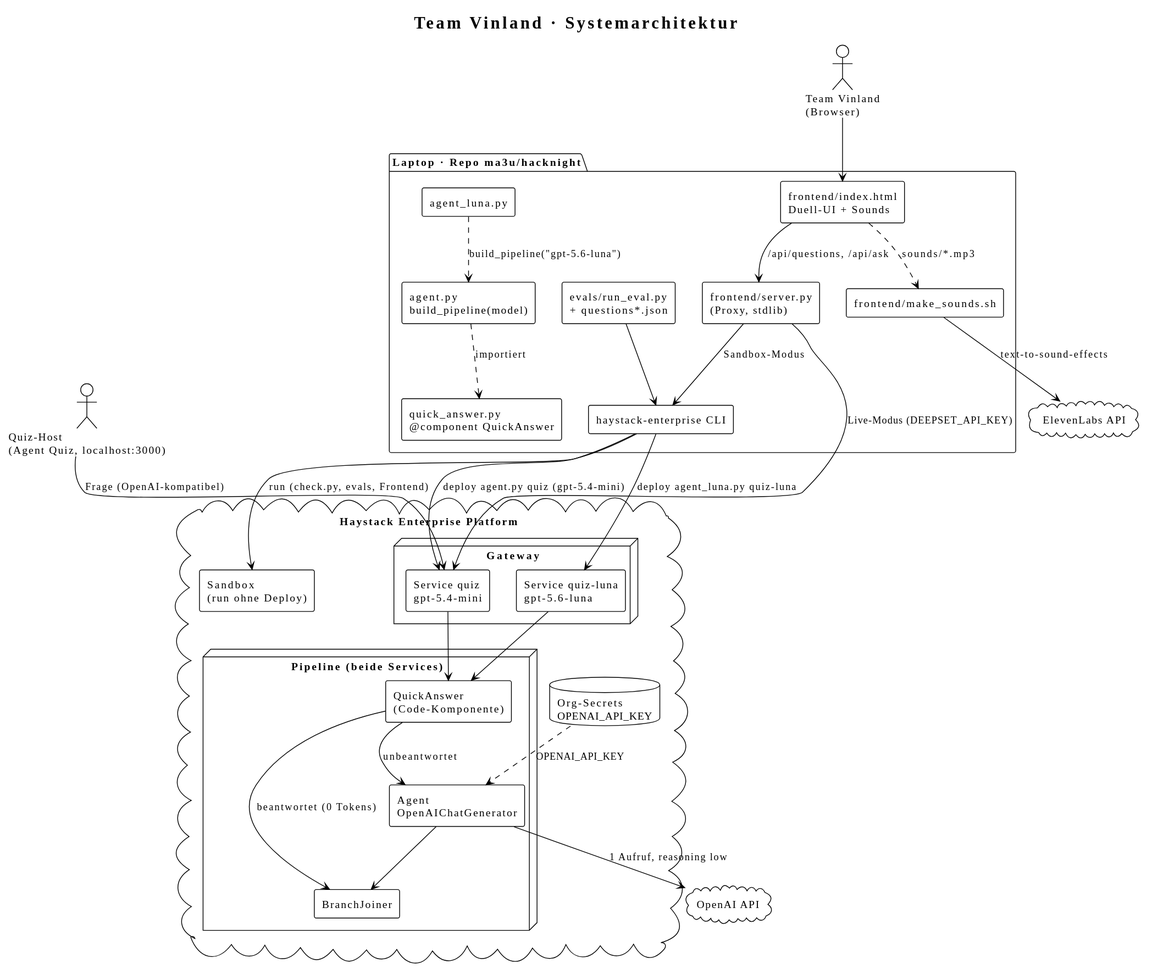
Above: docs/diagrams/architecture.svg in ma3u/hacknight (PlantUML), before the change.
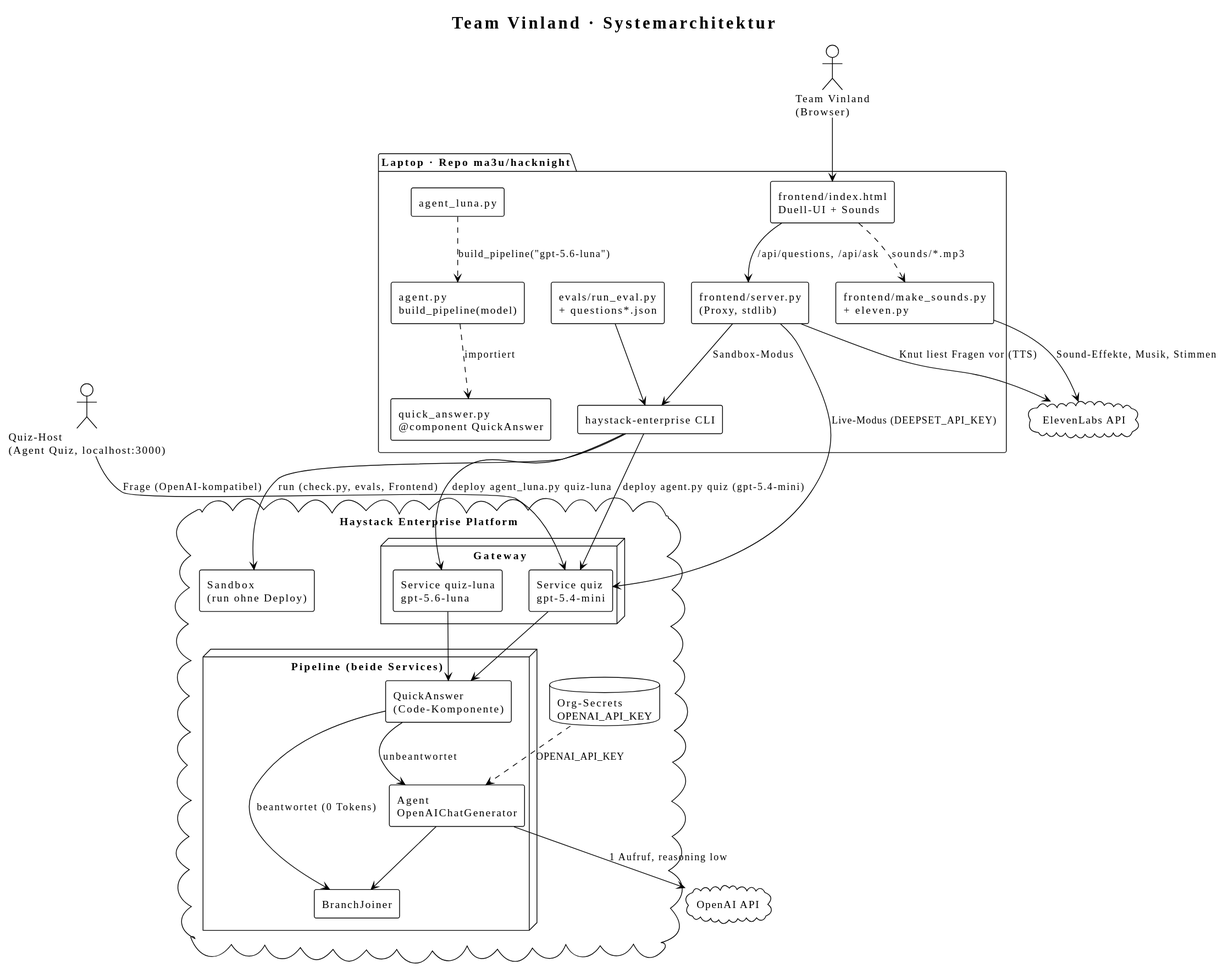
Later version of the same file.

Diff of the diagram source:
```diff
@@ -14,7 +14,7 @@
   [evals/run_eval.py\n+ questions*.json] as Evals
   [frontend/server.py\n(Proxy, stdlib)] as Server
   [frontend/index.html\nDuell-UI + Sounds] as UI
-  [frontend/make_sounds.sh] as Sounds
+  [frontend/make_sounds.py\n+ eleven.py] as Sounds
   [haystack-enterprise CLI] as CLI
 }
 
@@ -45,7 +45,8 @@
 Server --> SvcQuiz : Live-Modus (DEEPSET_API_KEY)
 UI --> Server : /api/questions, /api/ask
 Team --> UI
-Sounds --> Eleven : text-to-sound-effects
+Sounds --> Eleven : Sound-Effekte, Musik, Stimmen
+Server --> Eleven : Knut liest Fragen vor (TTS)
 UI ..> Sounds : sounds/*.mp3
 
 Host --> SvcQuiz : Frage (OpenAI-kompatibel)
```
